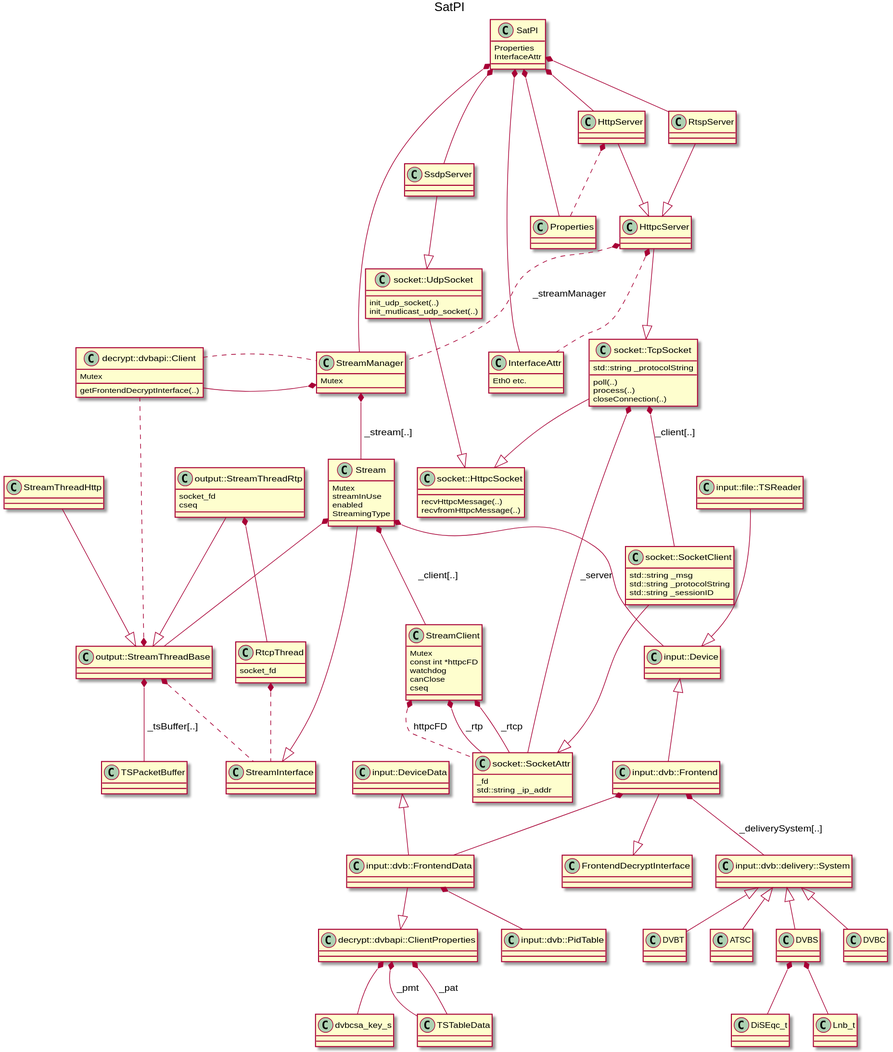
Above: SatPI.svg in Barracuda09/SATPI (PlantUML), before the change. Its source is kept beside it as SatPI.plantuml.
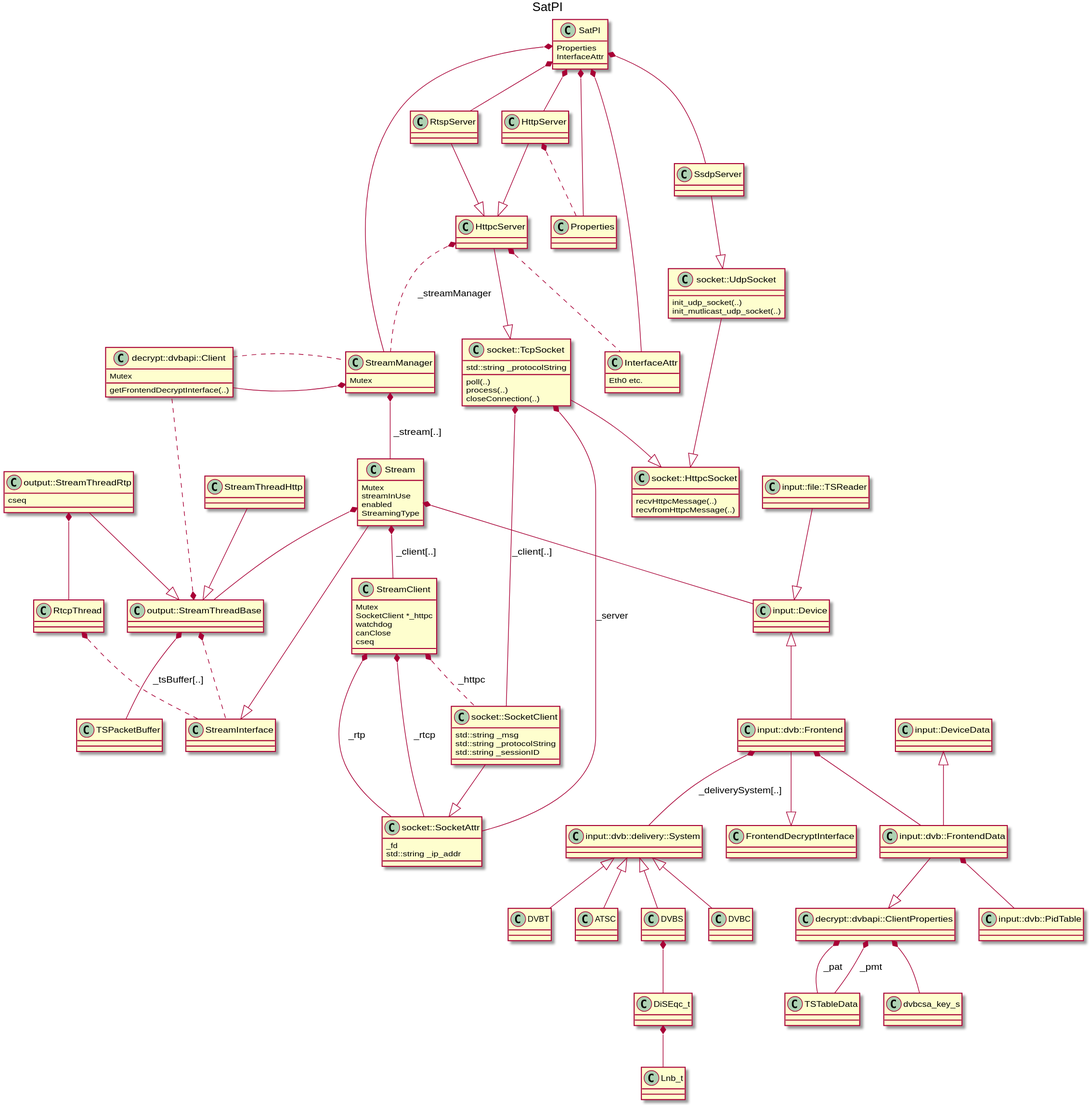
Later version of the same file.

The edit, as a diff of the source:
```diff
@@ -133,8 +133,9 @@
 input::dvb::delivery::System <|-- ATSC
 
 
-DVBS *-- Lnb_t
 DVBS *-- DiSEqc_t
+
+DiSEqc_t *-- Lnb_t
 
 decrypt::dvbapi::ClientProperties *-- dvbcsa_key_s
 decrypt::dvbapi::ClientProperties *-- TSTableData : " _pat "
```
